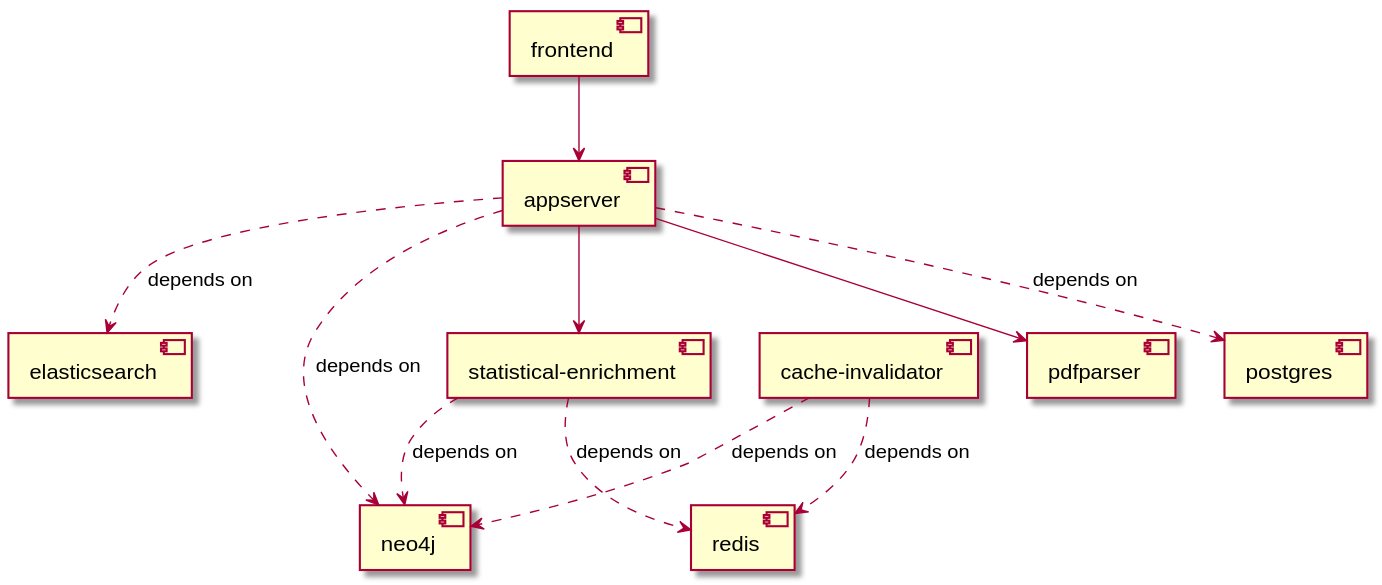
The PlantUML diagram docker/diagram.svg in biosustain/lifelike, before a commit.
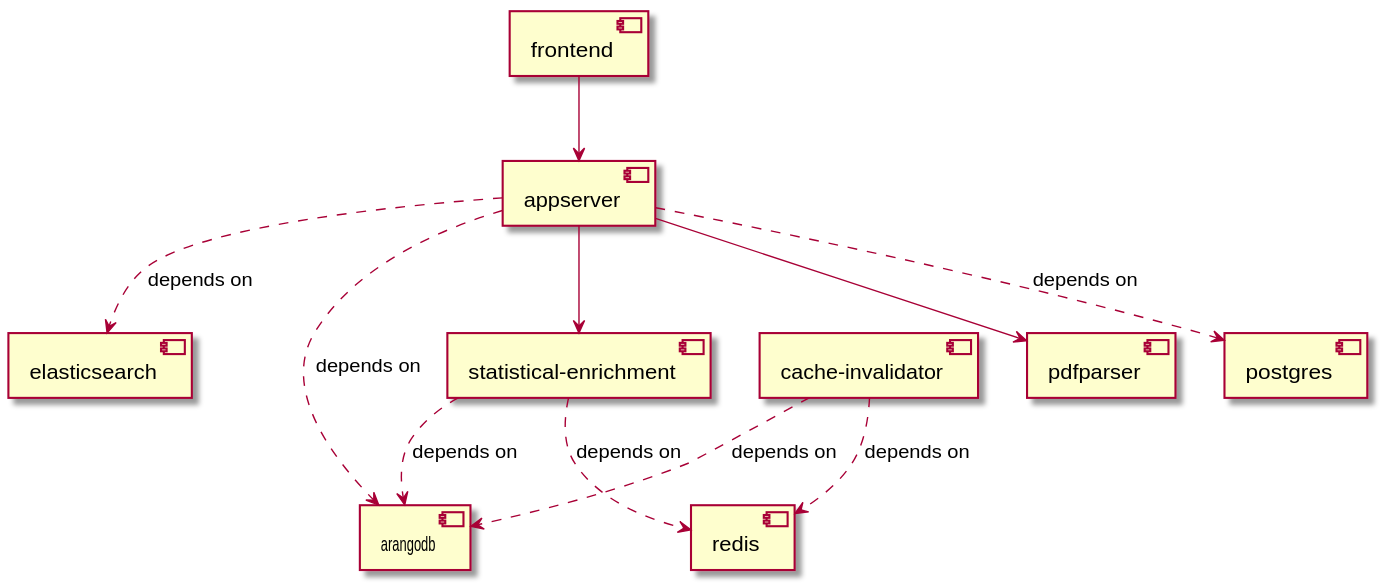
After the commit.

Diff of the diagram source:
```diff
@@ -4,7 +4,7 @@
 [cache-invalidator]
 [elasticsearch]
 [frontend]
-[neo4j]
+[arangodb]
 [pdfparser]
 [postgres]
 [redis]
@@ -13,11 +13,11 @@
 [appserver] --> [statistical-enrichment]
 [frontend] --> [appserver]
 [appserver] ..> [elasticsearch] : depends on
-[appserver] ..> [neo4j] : depends on
+[appserver] ..> [arangodb] : depends on
 [appserver] ..> [postgres] : depends on
-[cache-invalidator] ..> [neo4j] : depends on
+[cache-invalidator] ..> [arangodb] : depends on
 [cache-invalidator] ..> [redis] : depends on
-[statistical-enrichment] ..> [neo4j] : depends on
+[statistical-enrichment] ..> [arangodb] : depends on
 [statistical-enrichment] ..> [redis] : depends on
 
 @enduml
```
